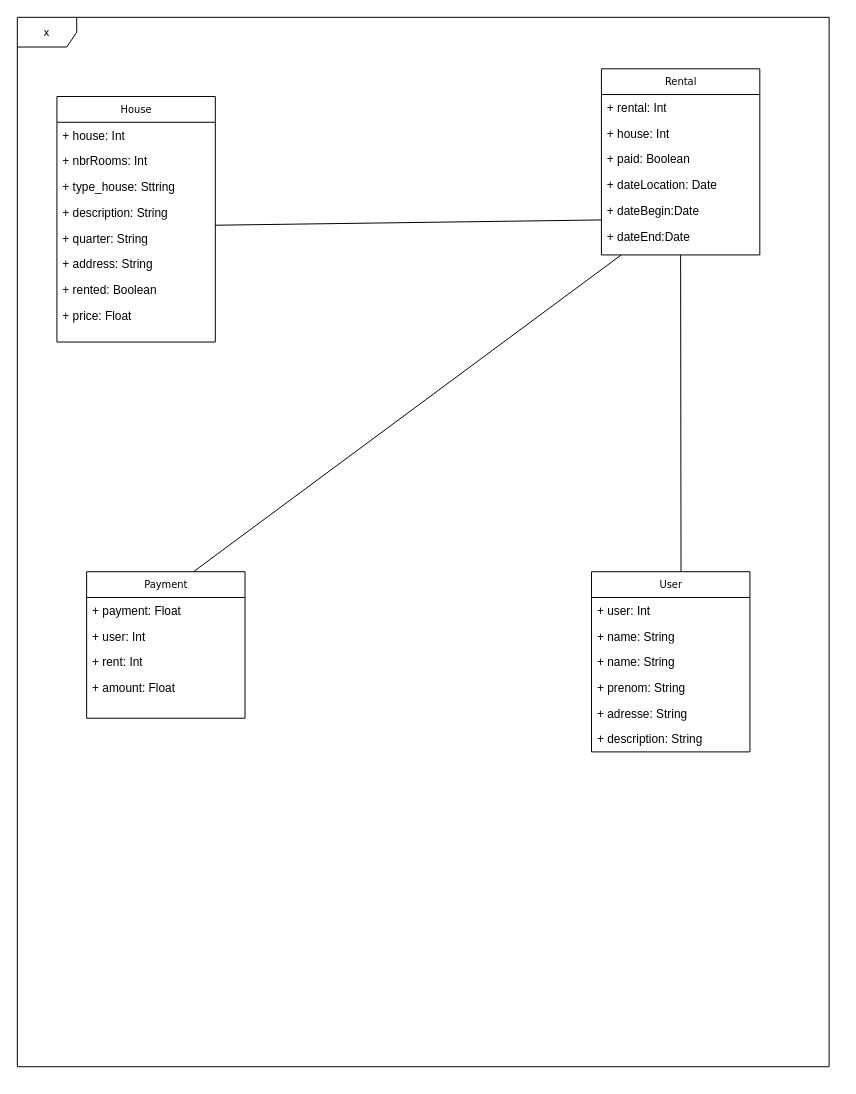
This is Untitled Diagram.drawio from Archippe-m-arkip/location-maison, a draw.io file, before an edit. Source tidied: cells renumbered, new cells numbered last; positions are measured from the earlier drawing's top-left corner, leaving out a move shared by most shapes. Both pictures are drawn from the tidied source at 99%, with x=0, y=0 at pixel (17, 17).
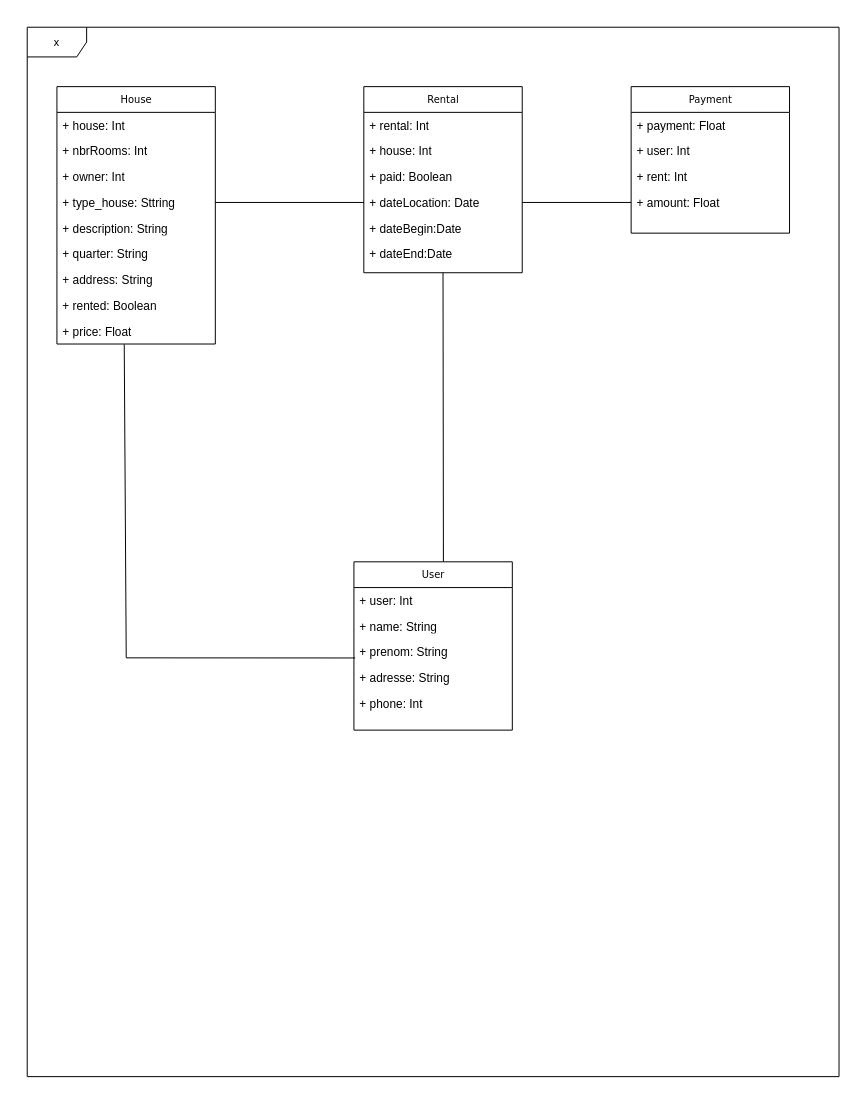
The same diagram, later.

Commit message:
improving entities (uml always)

Unchanged cells that the change refers to:
```xml
<mxCell id="11" value="+ dateLocation: Date" style="text;html=1;strokeColor=none;fillColor=none;align=left;verticalAlign=top;spacingLeft=4;spacingRight=4;whiteSpace=wrap;overflow=hidden;points=[[0,0.5],[1,0.5]];portConstraint=eastwest;" parent="7" vertex="1">
  <mxGeometry y="104" width="160" height="26" as="geometry" />
</mxCell>
<mxCell id="13" value="+ dateEnd:Date" style="text;html=1;strokeColor=none;fillColor=none;align=left;verticalAlign=top;spacingLeft=4;spacingRight=4;whiteSpace=wrap;overflow=hidden;points=[[0,0.5],[1,0.5]];portConstraint=eastwest;" parent="7" vertex="1">
  <mxGeometry y="156" width="160" height="26" as="geometry" />
</mxCell>
<mxCell id="34" value="+ amount: Float" style="text;html=1;strokeColor=none;fillColor=none;align=left;verticalAlign=top;spacingLeft=4;spacingRight=4;whiteSpace=wrap;overflow=hidden;points=[[0,0.5],[1,0.5]];portConstraint=eastwest;" parent="30" vertex="1">
  <mxGeometry y="104" width="160" height="26" as="geometry" />
</mxCell>
```

What changed in the source:
```diff
@@
     <mxCell id="2" value="x" style="shape=umlFrame;whiteSpace=wrap;html=1;rounded=0;shadow=0;comic=0;labelBackgroundColor=none;strokeWidth=1;fontFamily=Verdana;fontSize=10;align=center;" parent="1" vertex="1">
-      <mxGeometry width="820" height="1060" as="geometry" />
+      <mxGeometry x="10" y="10" width="820" height="1060" as="geometry" />
     </mxCell>
@@
     <mxCell id="7" value="Rental" style="swimlane;html=1;fontStyle=0;horizontal=1;startSize=26;fillColor=none;swimlaneFillColor=#ffffff;rounded=0;shadow=0;comic=0;labelBackgroundColor=none;strokeWidth=1;fontFamily=Verdana;fontSize=10;align=center;" parent="1" vertex="1">
-      <mxGeometry x="590" y="52" width="160" height="188" as="geometry" />
+      <mxGeometry x="350" y="70" width="160" height="188" as="geometry" />
     </mxCell>
@@
     <mxCell id="14" value="House" style="swimlane;html=1;fontStyle=0;horizontal=1;startSize=26;fillColor=none;swimlaneFillColor=#ffffff;rounded=0;shadow=0;comic=0;labelBackgroundColor=none;strokeWidth=1;fontFamily=Verdana;fontSize=10;align=center;" parent="1" vertex="1">
-      <mxGeometry x="40" y="80" width="160" height="248" as="geometry" />
+      <mxGeometry x="40" y="70" width="160" height="260" as="geometry" />
     </mxCell>
@@
+    <mxCell id="38" value="+ owner: Int" style="text;html=1;strokeColor=none;fillColor=none;align=left;verticalAlign=top;spacingLeft=4;spacingRight=4;whiteSpace=wrap;overflow=hidden;" parent="14" vertex="1">
+      <mxGeometry y="78" width="160" height="26" as="geometry" />
+    </mxCell>
     <mxCell id="17" value="+ type_house: Sttring" style="text;html=1;strokeColor=none;fillColor=none;align=left;verticalAlign=top;spacingLeft=4;spacingRight=4;whiteSpace=wrap;overflow=hidden;points=[[0,0.5],[1,0.5]];portConstraint=eastwest;" parent="14" vertex="1">
-      <mxGeometry y="78" width="160" height="26" as="geometry" />
+      <mxGeometry y="104" width="160" height="26" as="geometry" />
     </mxCell>
     <mxCell id="18" value="+ description: String" style="text;html=1;strokeColor=none;fillColor=none;align=left;verticalAlign=top;spacingLeft=4;spacingRight=4;whiteSpace=wrap;overflow=hidden;" parent="14" vertex="1">
-      <mxGeometry y="104" width="160" height="26" as="geometry" />
+      <mxGeometry y="130" width="160" height="26" as="geometry" />
     </mxCell>
     <mxCell id="19" value="+ quarter: String" style="text;html=1;strokeColor=none;fillColor=none;align=left;verticalAlign=top;spacingLeft=4;spacingRight=4;whiteSpace=wrap;overflow=hidden;" parent="14" vertex="1">
-      <mxGeometry y="130" width="160" height="26" as="geometry" />
+      <mxGeometry y="156" width="160" height="26" as="geometry" />
     </mxCell>
     <mxCell id="20" value="+ address: String" style="text;html=1;strokeColor=none;fillColor=none;align=left;verticalAlign=top;spacingLeft=4;spacingRight=4;whiteSpace=wrap;overflow=hidden;" parent="14" vertex="1">
-      <mxGeometry y="156" width="160" height="26" as="geometry" />
+      <mxGeometry y="182" width="160" height="26" as="geometry" />
     </mxCell>
     <mxCell id="21" value="+ rented: Boolean" style="text;html=1;strokeColor=none;fillColor=none;align=left;verticalAlign=top;spacingLeft=4;spacingRight=4;whiteSpace=wrap;overflow=hidden;" parent="14" vertex="1">
-      <mxGeometry y="182" width="160" height="26" as="geometry" />
+      <mxGeometry y="208" width="160" height="26" as="geometry" />
     </mxCell>
     <mxCell id="22" value="+ price: Float" style="text;html=1;strokeColor=none;fillColor=none;align=left;verticalAlign=top;spacingLeft=4;spacingRight=4;whiteSpace=wrap;overflow=hidden;points=[[0,0.5],[1,0.5]];portConstraint=eastwest;" parent="14" vertex="1">
-      <mxGeometry y="208" width="160" height="26" as="geometry" />
+      <mxGeometry y="234" width="160" height="26" as="geometry" />
     </mxCell>
     <mxCell id="23" value="User" style="swimlane;html=1;fontStyle=0;horizontal=1;startSize=26;fillColor=none;swimlaneFillColor=#ffffff;rounded=0;shadow=0;comic=0;labelBackgroundColor=none;strokeWidth=1;fontFamily=Verdana;fontSize=10;align=center;" parent="1" vertex="1">
-      <mxGeometry x="580" y="560" width="160" height="182" as="geometry" />
+      <mxGeometry x="340" y="550" width="160" height="170" as="geometry" />
     </mxCell>
@@
-    <mxCell id="26" value="+ name: String" style="text;html=1;strokeColor=none;fillColor=none;align=left;verticalAlign=top;spacingLeft=4;spacingRight=4;whiteSpace=wrap;overflow=hidden;" parent="23" vertex="1">
-      <mxGeometry y="78" width="160" height="26" as="geometry" />
-    </mxCell>
     <mxCell id="27" value="+ prenom: String" style="text;html=1;strokeColor=none;fillColor=none;align=left;verticalAlign=top;spacingLeft=4;spacingRight=4;whiteSpace=wrap;overflow=hidden;points=[[0,0.5],[1,0.5]];portConstraint=eastwest;" parent="23" vertex="1">
-      <mxGeometry y="104" width="160" height="26" as="geometry" />
+      <mxGeometry y="78" width="160" height="26" as="geometry" />
     </mxCell>
     <mxCell id="28" value="+ adresse: String" style="text;html=1;strokeColor=none;fillColor=none;align=left;verticalAlign=top;spacingLeft=4;spacingRight=4;whiteSpace=wrap;overflow=hidden;" parent="23" vertex="1">
-      <mxGeometry y="130" width="160" height="26" as="geometry" />
+      <mxGeometry y="104" width="160" height="26" as="geometry" />
     </mxCell>
-    <mxCell id="29" value="+ description: String" style="text;html=1;strokeColor=none;fillColor=none;align=left;verticalAlign=top;spacingLeft=4;spacingRight=4;whiteSpace=wrap;overflow=hidden;" parent="23" vertex="1">
-      <mxGeometry y="156" width="160" height="26" as="geometry" />
-    </mxCell>
+    <mxCell id="26" value="+ phone: Int" style="text;html=1;strokeColor=none;fillColor=none;align=left;verticalAlign=top;spacingLeft=4;spacingRight=4;whiteSpace=wrap;overflow=hidden;" parent="23" vertex="1">
+      <mxGeometry y="130" width="160" height="26" as="geometry" />
+    </mxCell>
     <mxCell id="30" value="Payment" style="swimlane;html=1;fontStyle=0;horizontal=1;startSize=26;fillColor=none;swimlaneFillColor=#ffffff;rounded=0;shadow=0;comic=0;labelBackgroundColor=none;strokeWidth=1;fontFamily=Verdana;fontSize=10;align=center;" parent="1" vertex="1">
-      <mxGeometry x="70" y="560" width="160" height="148" as="geometry" />
+      <mxGeometry x="620" y="70" width="160" height="148" as="geometry" />
     </mxCell>
@@
-    <mxCell id="35" style="endArrow=none;html=1;rounded=0;exitX=0.565;exitY=0;exitDx=0;exitDy=0;exitPerimeter=0;" parent="1" edge="1" source="23">
-      <mxGeometry relative="1" as="geometry">
-        <mxPoint x="670" y="240" as="targetPoint" />
-      </mxGeometry>
+    <mxCell id="35" style="endArrow=none;html=1;rounded=0;exitX=0.565;exitY=0;exitDx=0;exitDy=0;exitPerimeter=0;entryX=0.5;entryY=1;entryDx=0;entryDy=0;" parent="1" edge="1" source="23" target="7">
+      <mxGeometry relative="1" as="geometry" />
     </mxCell>
-    <mxCell id="36" style="endArrow=none;html=1;rounded=0;entryX=-0.002;entryY=-0.128;entryDx=0;entryDy=0;entryPerimeter=0;" parent="1" edge="1" target="13">
-      <mxGeometry relative="1" as="geometry">
-        <mxPoint x="200" y="210" as="sourcePoint" />
-      </mxGeometry>
+    <mxCell id="36" style="endArrow=none;html=1;rounded=0;exitX=1;exitY=0.5;exitDx=0;exitDy=0;entryX=0;entryY=0.5;entryDx=0;entryDy=0;" parent="1" edge="1" source="17" target="11">
+      <mxGeometry relative="1" as="geometry" />
     </mxCell>
-    <mxCell id="37" style="endArrow=none;html=1;rounded=0;exitX=0.677;exitY=-0.002;exitDx=0;exitDy=0;exitPerimeter=0;" parent="1" edge="1" source="30">
-      <mxGeometry relative="1" as="geometry">
-        <mxPoint x="610" y="240" as="targetPoint" />
-      </mxGeometry>
+    <mxCell id="37" style="endArrow=none;html=1;rounded=0;exitX=0;exitY=0.5;exitDx=0;exitDy=0;entryX=1;entryY=0.5;entryDx=0;entryDy=0;" parent="1" edge="1" source="34" target="11">
+      <mxGeometry relative="1" as="geometry" />
     </mxCell>
+    <mxCell id="39" style="endArrow=none;html=1;rounded=0;exitX=0.008;exitY=0.735;exitDx=0;exitDy=0;exitPerimeter=0;entryX=0.425;entryY=1.012;entryDx=0;entryDy=0;entryPerimeter=0;" parent="1" edge="1" source="27" target="22">
+      <mxGeometry relative="1" as="geometry">
+        <Array as="points">
+          <mxPoint x="110" y="647" />
+        </Array>
+      </mxGeometry>
+    </mxCell>
```
